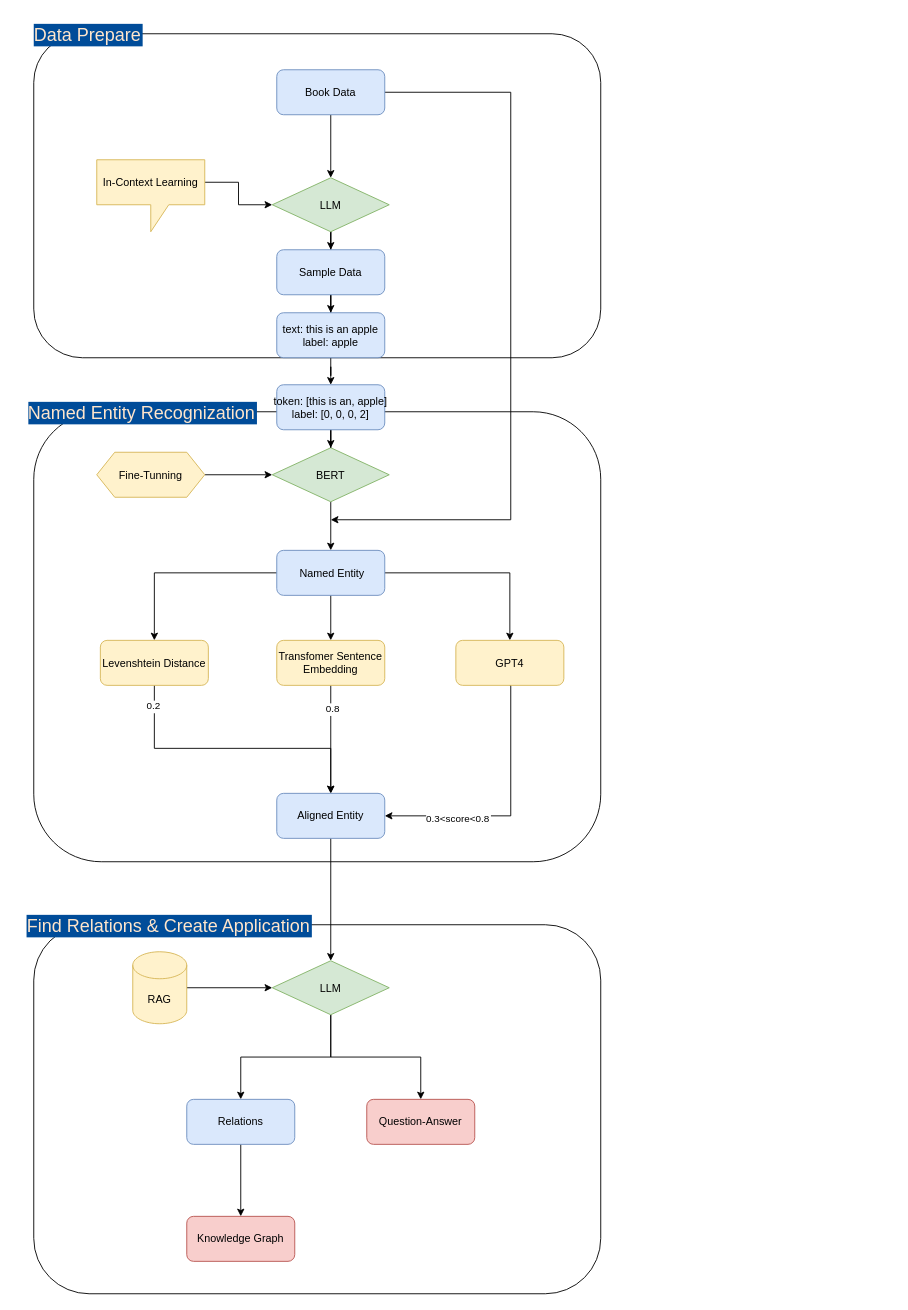
The draw.io diagram structure flow.dio in Try2beby/kg, before the edit. Source tidied: cells renumbered, new cells numbered last; positions are measured from the earlier drawing's top-left corner, leaving out a move shared by most shapes. Both pictures are drawn from the tidied source at 90%, with x=0, y=0 at pixel (15, 15).
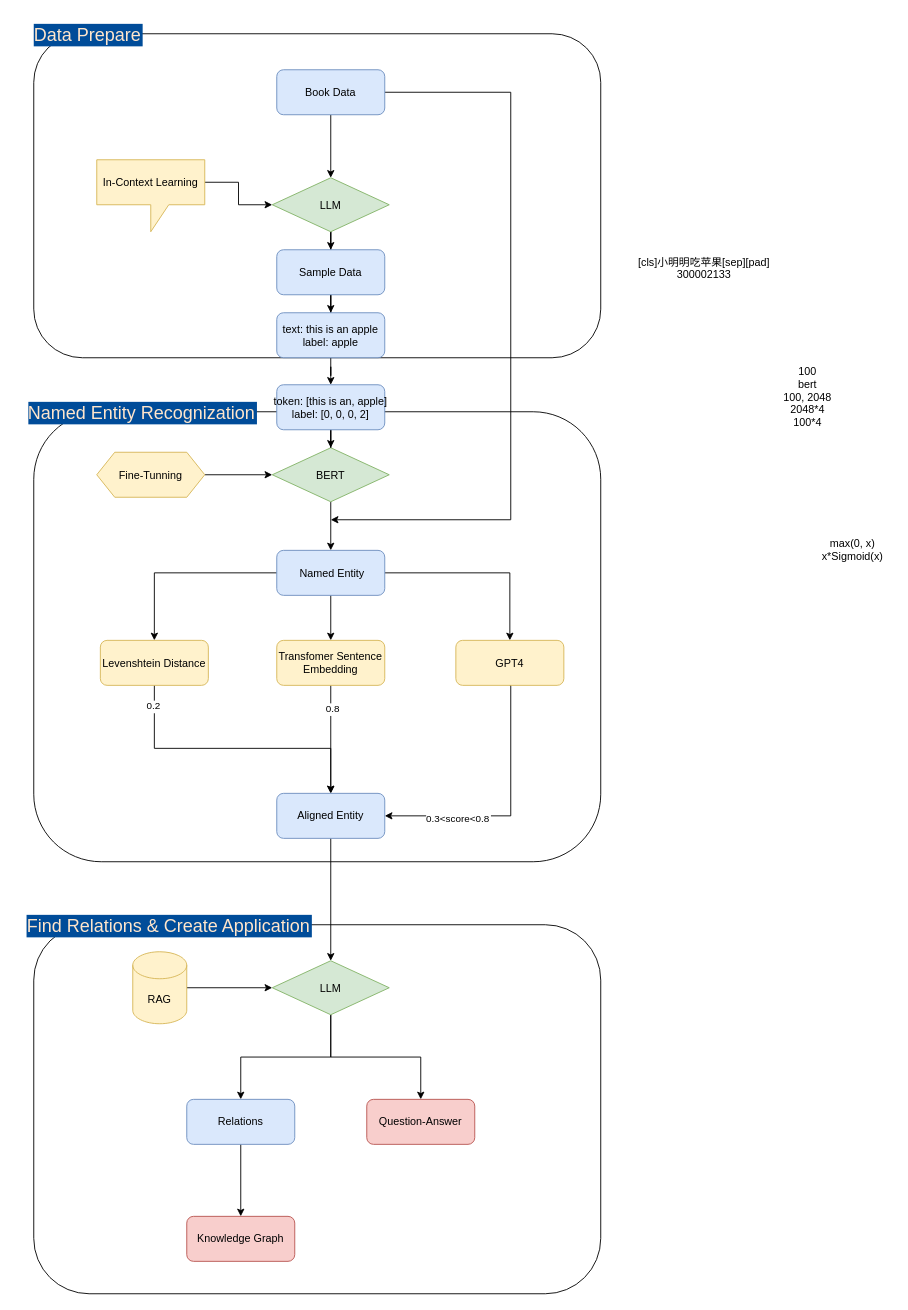
The same page after the edit.

What changed in the source:
```diff
@@
+    <mxCell id="49" value="[cls]小明明吃苹果[sep][pad]&#10;300002133" style="text;align=center;verticalAlign=middle;strokeColor=none;fillColor=none;" parent="1" vertex="1">
+      <mxGeometry x="680" y="260" width="170" height="40" as="geometry" />
+    </mxCell>
+    <mxCell id="50" value="100&#10;bert&#10;100, 2048&#10;2048*4&#10;100*4&#10;" style="text;align=center;verticalAlign=middle;strokeColor=none;fillColor=none;" parent="1" vertex="1">
+      <mxGeometry x="840" y="385" width="80" height="90" as="geometry" />
+    </mxCell>
+    <mxCell id="51" value="max(0, x)&#10;x*Sigmoid(x)&#10;" style="text;align=center;verticalAlign=middle;strokeColor=none;fillColor=none;" parent="1" vertex="1">
+      <mxGeometry x="885" y="580" width="90" height="40" as="geometry" />
+    </mxCell>
```
